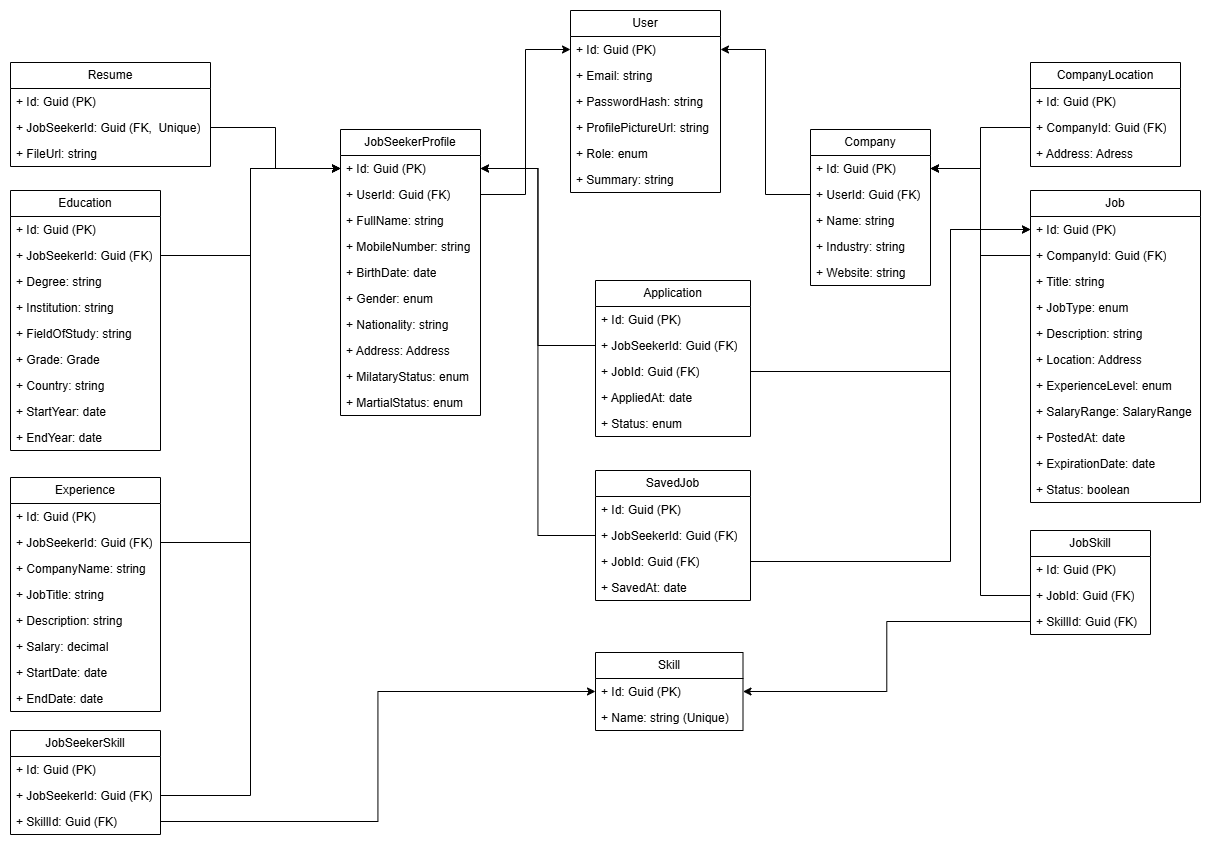
The draw.io diagram documentation/Schema.png in Yusfgus/JobLink-API, before a commit. Source tidied: cells renumbered, new cells last; positions are measured from the earlier drawing's top-left corner, leaving out a move shared by most shapes.
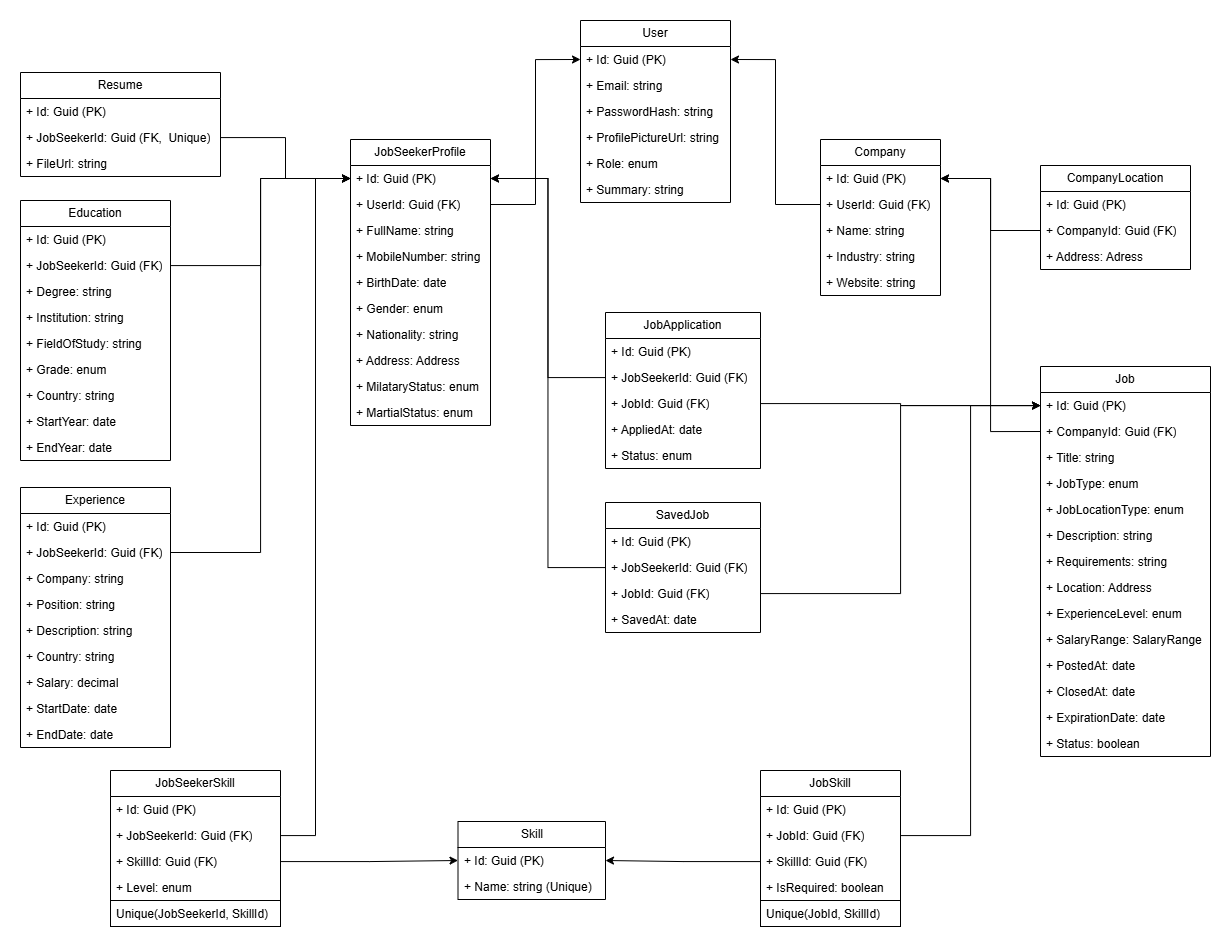
After the change.

Diff of the diagram source:
```diff
@@ -89,7 +89,7 @@
     <mxCell id="30" value="+ FieldOfStudy: string" style="text;strokeColor=none;fillColor=none;align=left;verticalAlign=top;spacingLeft=4;spacingRight=4;overflow=hidden;whiteSpace=wrap;html=1;" parent="25" vertex="1">
       <mxGeometry y="130" width="150" height="26" as="geometry" />
     </mxCell>
-    <mxCell id="31" value="+ Grade: Grade" style="text;strokeColor=none;fillColor=none;align=left;verticalAlign=top;spacingLeft=4;spacingRight=4;overflow=hidden;whiteSpace=wrap;html=1;" parent="25" vertex="1">
+    <mxCell id="31" value="+ Grade: enum" style="text;strokeColor=none;fillColor=none;align=left;verticalAlign=top;spacingLeft=4;spacingRight=4;overflow=hidden;whiteSpace=wrap;html=1;" parent="25" vertex="1">
       <mxGeometry y="156" width="150" height="26" as="geometry" />
     </mxCell>
     <mxCell id="32" value="+ Country: string" style="text;strokeColor=none;fillColor=none;align=left;verticalAlign=top;spacingLeft=4;spacingRight=4;overflow=hidden;whiteSpace=wrap;html=1;" parent="25" vertex="1">
@@ -102,7 +102,7 @@
       <mxGeometry y="234" width="150" height="26" as="geometry" />
     </mxCell>
     <mxCell id="35" value="Experience" style="swimlane;fontStyle=0;horizontal=1;startSize=26;fillColor=none;whiteSpace=wrap;html=1;" parent="1" vertex="1">
-      <mxGeometry y="467" width="150" height="234" as="geometry" />
+      <mxGeometry y="467" width="150" height="260" as="geometry" />
     </mxCell>
     <mxCell id="36" value="+ Id: Guid (PK)" style="text;strokeColor=none;fillColor=none;align=left;verticalAlign=top;spacingLeft=4;spacingRight=4;overflow=hidden;whiteSpace=wrap;html=1;" parent="35" vertex="1">
       <mxGeometry y="26" width="150" height="26" as="geometry" />
@@ -110,23 +110,26 @@
     <mxCell id="37" value="+ JobSeekerId: Guid (FK)" style="text;strokeColor=none;fillColor=none;align=left;verticalAlign=top;spacingLeft=4;spacingRight=4;overflow=hidden;points=[[0,0.5],[1,0.5]];portConstraint=eastwest;whiteSpace=wrap;html=1;" parent="35" vertex="1">
       <mxGeometry y="52" width="150" height="26" as="geometry" />
     </mxCell>
-    <mxCell id="38" value="+ CompanyName: string" style="text;strokeColor=none;fillColor=none;align=left;verticalAlign=top;spacingLeft=4;spacingRight=4;overflow=hidden;whiteSpace=wrap;html=1;" parent="35" vertex="1">
+    <mxCell id="38" value="+ Company: string" style="text;strokeColor=none;fillColor=none;align=left;verticalAlign=top;spacingLeft=4;spacingRight=4;overflow=hidden;whiteSpace=wrap;html=1;" parent="35" vertex="1">
       <mxGeometry y="78" width="150" height="26" as="geometry" />
     </mxCell>
-    <mxCell id="39" value="+ JobTitle: string" style="text;strokeColor=none;fillColor=none;align=left;verticalAlign=top;spacingLeft=4;spacingRight=4;overflow=hidden;whiteSpace=wrap;html=1;" parent="35" vertex="1">
+    <mxCell id="39" value="+ Position: string" style="text;strokeColor=none;fillColor=none;align=left;verticalAlign=top;spacingLeft=4;spacingRight=4;overflow=hidden;whiteSpace=wrap;html=1;" parent="35" vertex="1">
       <mxGeometry y="104" width="150" height="26" as="geometry" />
     </mxCell>
     <mxCell id="40" value="+ Description: string" style="text;strokeColor=none;fillColor=none;align=left;verticalAlign=top;spacingLeft=4;spacingRight=4;overflow=hidden;whiteSpace=wrap;html=1;" parent="35" vertex="1">
       <mxGeometry y="130" width="150" height="26" as="geometry" />
     </mxCell>
+    <mxCell id="102" value="+ Country: string" style="text;strokeColor=none;fillColor=none;align=left;verticalAlign=top;spacingLeft=4;spacingRight=4;overflow=hidden;whiteSpace=wrap;html=1;" parent="35" vertex="1">
+      <mxGeometry y="156" width="150" height="26" as="geometry" />
+    </mxCell>
     <mxCell id="41" value="+ Salary: decimal" style="text;strokeColor=none;fillColor=none;align=left;verticalAlign=top;spacingLeft=4;spacingRight=4;overflow=hidden;whiteSpace=wrap;html=1;" parent="35" vertex="1">
-      <mxGeometry y="156" width="150" height="26" as="geometry" />
+      <mxGeometry y="182" width="150" height="26" as="geometry" />
     </mxCell>
     <mxCell id="42" value="+ StartDate: date" style="text;strokeColor=none;fillColor=none;align=left;verticalAlign=top;spacingLeft=4;spacingRight=4;overflow=hidden;whiteSpace=wrap;html=1;" parent="35" vertex="1">
-      <mxGeometry y="182" width="150" height="26" as="geometry" />
+      <mxGeometry y="208" width="150" height="26" as="geometry" />
     </mxCell>
     <mxCell id="43" value="+ EndDate: date" style="text;strokeColor=none;fillColor=none;align=left;verticalAlign=top;spacingLeft=4;spacingRight=4;overflow=hidden;whiteSpace=wrap;html=1;" parent="35" vertex="1">
-      <mxGeometry y="208" width="150" height="26" as="geometry" />
+      <mxGeometry y="234" width="150" height="26" as="geometry" />
     </mxCell>
     <mxCell id="44" value="Company" style="swimlane;fontStyle=0;horizontal=1;startSize=26;fillColor=none;whiteSpace=wrap;html=1;" parent="1" vertex="1">
       <mxGeometry x="800" y="119" width="120" height="156" as="geometry" />
@@ -150,7 +153,7 @@
       <mxGeometry relative="1" as="geometry" />
     </mxCell>
     <mxCell id="51" value="CompanyLocation" style="swimlane;fontStyle=0;horizontal=1;startSize=26;fillColor=none;whiteSpace=wrap;html=1;" parent="1" vertex="1">
-      <mxGeometry x="1020" y="52" width="150" height="104" as="geometry" />
+      <mxGeometry x="1020" y="145" width="150" height="104" as="geometry" />
     </mxCell>
     <mxCell id="52" value="+ Id: Guid (PK)" style="text;strokeColor=none;fillColor=none;align=left;verticalAlign=top;spacingLeft=4;spacingRight=4;overflow=hidden;whiteSpace=wrap;html=1;" parent="51" vertex="1">
       <mxGeometry y="26" width="150" height="26" as="geometry" />
@@ -165,7 +168,7 @@
       <mxGeometry relative="1" as="geometry" />
     </mxCell>
     <mxCell id="56" value="Job" style="swimlane;fontStyle=0;horizontal=1;startSize=26;fillColor=none;whiteSpace=wrap;html=1;" parent="1" vertex="1">
-      <mxGeometry x="1020" y="180" width="170" height="312" as="geometry" />
+      <mxGeometry x="1020" y="346" width="170" height="390" as="geometry" />
     </mxCell>
     <mxCell id="57" value="+ Id: Guid (PK)" style="text;strokeColor=none;fillColor=none;align=left;verticalAlign=top;spacingLeft=4;spacingRight=4;overflow=hidden;points=[[0,0.5],[1,0.5]];portConstraint=eastwest;whiteSpace=wrap;html=1;" parent="56" vertex="1">
       <mxGeometry y="26" width="170" height="26" as="geometry" />
@@ -179,32 +182,41 @@
     <mxCell id="60" value="+ JobType: enum" style="text;strokeColor=none;fillColor=none;align=left;verticalAlign=top;spacingLeft=4;spacingRight=4;overflow=hidden;whiteSpace=wrap;html=1;" parent="56" vertex="1">
       <mxGeometry y="104" width="170" height="26" as="geometry" />
     </mxCell>
+    <mxCell id="103" value="+ JobLocationType: enum" style="text;strokeColor=none;fillColor=none;align=left;verticalAlign=top;spacingLeft=4;spacingRight=4;overflow=hidden;whiteSpace=wrap;html=1;" parent="56" vertex="1">
+      <mxGeometry y="130" width="170" height="26" as="geometry" />
+    </mxCell>
     <mxCell id="61" value="+ Description: string" style="text;strokeColor=none;fillColor=none;align=left;verticalAlign=top;spacingLeft=4;spacingRight=4;overflow=hidden;whiteSpace=wrap;html=1;" parent="56" vertex="1">
-      <mxGeometry y="130" width="170" height="26" as="geometry" />
+      <mxGeometry y="156" width="170" height="26" as="geometry" />
     </mxCell>
+    <mxCell id="104" value="+ Requirements: string" style="text;strokeColor=none;fillColor=none;align=left;verticalAlign=top;spacingLeft=4;spacingRight=4;overflow=hidden;whiteSpace=wrap;html=1;" parent="56" vertex="1">
+      <mxGeometry y="182" width="170" height="26" as="geometry" />
+    </mxCell>
     <mxCell id="62" value="+ Location: Address" style="text;strokeColor=none;fillColor=none;align=left;verticalAlign=top;spacingLeft=4;spacingRight=4;overflow=hidden;whiteSpace=wrap;html=1;" parent="56" vertex="1">
-      <mxGeometry y="156" width="170" height="26" as="geometry" />
+      <mxGeometry y="208" width="170" height="26" as="geometry" />
     </mxCell>
     <mxCell id="63" value="+ ExperienceLevel: enum" style="text;strokeColor=none;fillColor=none;align=left;verticalAlign=top;spacingLeft=4;spacingRight=4;overflow=hidden;whiteSpace=wrap;html=1;" parent="56" vertex="1">
-      <mxGeometry y="182" width="170" height="26" as="geometry" />
+      <mxGeometry y="234" width="170" height="26" as="geometry" />
     </mxCell>
     <mxCell id="64" value="+ SalaryRange: SalaryRange" style="text;strokeColor=none;fillColor=none;align=left;verticalAlign=top;spacingLeft=4;spacingRight=4;overflow=hidden;whiteSpace=wrap;html=1;" parent="56" vertex="1">
-      <mxGeometry y="208" width="170" height="26" as="geometry" />
+      <mxGeometry y="260" width="170" height="26" as="geometry" />
     </mxCell>
     <mxCell id="65" value="+ PostedAt: date" style="text;strokeColor=none;fillColor=none;align=left;verticalAlign=top;spacingLeft=4;spacingRight=4;overflow=hidden;whiteSpace=wrap;html=1;" parent="56" vertex="1">
-      <mxGeometry y="234" width="170" height="26" as="geometry" />
+      <mxGeometry y="286" width="170" height="26" as="geometry" />
     </mxCell>
+    <mxCell id="105" value="+ ClosedAt: date" style="text;strokeColor=none;fillColor=none;align=left;verticalAlign=top;spacingLeft=4;spacingRight=4;overflow=hidden;whiteSpace=wrap;html=1;" parent="56" vertex="1">
+      <mxGeometry y="312" width="170" height="26" as="geometry" />
+    </mxCell>
     <mxCell id="66" value="+ ExpirationDate: date" style="text;strokeColor=none;fillColor=none;align=left;verticalAlign=top;spacingLeft=4;spacingRight=4;overflow=hidden;whiteSpace=wrap;html=1;" parent="56" vertex="1">
-      <mxGeometry y="260" width="170" height="26" as="geometry" />
+      <mxGeometry y="338" width="170" height="26" as="geometry" />
     </mxCell>
     <mxCell id="67" value="+ Status: boolean" style="text;strokeColor=none;fillColor=none;align=left;verticalAlign=top;spacingLeft=4;spacingRight=4;overflow=hidden;whiteSpace=wrap;html=1;" parent="56" vertex="1">
-      <mxGeometry y="286" width="170" height="26" as="geometry" />
+      <mxGeometry y="364" width="170" height="26" as="geometry" />
     </mxCell>
     <mxCell id="68" style="edgeStyle=orthogonalEdgeStyle;rounded=0;jettySize=auto;html=1;exitX=0;exitY=0.5;exitDx=0;exitDy=0;entryX=1;entryY=0.5;entryDx=0;entryDy=0;" parent="1" edge="1" source="58" target="45">
       <mxGeometry relative="1" as="geometry" />
     </mxCell>
     <mxCell id="69" value="Skill" style="swimlane;fontStyle=0;horizontal=1;startSize=26;fillColor=none;whiteSpace=wrap;html=1;" parent="1" vertex="1">
-      <mxGeometry x="585" y="642" width="147.5" height="78" as="geometry" />
+      <mxGeometry x="437.5" y="801" width="147.5" height="78" as="geometry" />
     </mxCell>
     <mxCell id="70" value="+ Id: Guid (PK)" style="text;strokeColor=none;fillColor=none;align=left;verticalAlign=top;spacingLeft=4;spacingRight=4;overflow=hidden;points=[[0,0.5],[1,0.5]];portConstraint=eastwest;whiteSpace=wrap;html=1;" parent="69" vertex="1">
       <mxGeometry y="26" width="147.5" height="26" as="geometry" />
@@ -213,32 +225,41 @@
       <mxGeometry y="52" width="147.5" height="26" as="geometry" />
     </mxCell>
     <mxCell id="72" value="JobSeekerSkill" style="swimlane;fontStyle=0;horizontal=1;startSize=26;fillColor=none;whiteSpace=wrap;html=1;" parent="1" vertex="1">
-      <mxGeometry y="720" width="150" height="104" as="geometry" />
+      <mxGeometry x="90" y="750" width="170" height="156" as="geometry" />
     </mxCell>
     <mxCell id="73" value="+ Id: Guid (PK)" style="text;strokeColor=none;fillColor=none;align=left;verticalAlign=top;spacingLeft=4;spacingRight=4;overflow=hidden;whiteSpace=wrap;html=1;" parent="72" vertex="1">
-      <mxGeometry y="26" width="150" height="26" as="geometry" />
+      <mxGeometry y="26" width="170" height="26" as="geometry" />
     </mxCell>
     <mxCell id="74" value="+ JobSeekerId: Guid (FK)" style="text;strokeColor=none;fillColor=none;align=left;verticalAlign=top;spacingLeft=4;spacingRight=4;overflow=hidden;points=[[0,0.5],[1,0.5]];portConstraint=eastwest;whiteSpace=wrap;html=1;" parent="72" vertex="1">
-      <mxGeometry y="52" width="150" height="26" as="geometry" />
+      <mxGeometry y="52" width="170" height="26" as="geometry" />
     </mxCell>
     <mxCell id="75" value="+ SkillId: Guid (FK)" style="text;strokeColor=none;fillColor=none;align=left;verticalAlign=top;spacingLeft=4;spacingRight=4;overflow=hidden;points=[[0,0.5],[1,0.5]];portConstraint=eastwest;whiteSpace=wrap;html=1;" parent="72" vertex="1">
-      <mxGeometry y="78" width="150" height="26" as="geometry" />
+      <mxGeometry y="78" width="170" height="26" as="geometry" />
     </mxCell>
+    <mxCell id="106" value="+ Level: enum" style="text;strokeColor=none;fillColor=none;align=left;verticalAlign=top;spacingLeft=4;spacingRight=4;overflow=hidden;whiteSpace=wrap;html=1;" parent="72" vertex="1">
+      <mxGeometry y="104" width="170" height="26" as="geometry" />
+    </mxCell>
+    <mxCell id="107" value="Unique(JobSeekerId, SkillId)" style="text;strokeColor=default;fillColor=none;align=left;verticalAlign=top;spacingLeft=4;spacingRight=4;overflow=hidden;whiteSpace=wrap;html=1;" parent="72" vertex="1">
+      <mxGeometry y="130" width="170" height="26" as="geometry" />
+    </mxCell>
     <mxCell id="76" value="JobSkill" style="swimlane;fontStyle=0;horizontal=1;startSize=26;fillColor=none;whiteSpace=wrap;html=1;" parent="1" vertex="1">
-      <mxGeometry x="1020" y="520" width="120" height="104" as="geometry" />
+      <mxGeometry x="740" y="750" width="140" height="156" as="geometry" />
     </mxCell>
     <mxCell id="77" value="+ Id: Guid (PK)" style="text;strokeColor=none;fillColor=none;align=left;verticalAlign=top;spacingLeft=4;spacingRight=4;overflow=hidden;whiteSpace=wrap;html=1;" parent="76" vertex="1">
-      <mxGeometry y="26" width="120" height="26" as="geometry" />
+      <mxGeometry y="26" width="140" height="26" as="geometry" />
     </mxCell>
     <mxCell id="78" value="+ JobId: Guid (FK)" style="text;strokeColor=none;fillColor=none;align=left;verticalAlign=top;spacingLeft=4;spacingRight=4;overflow=hidden;points=[[0,0.5],[1,0.5]];portConstraint=eastwest;whiteSpace=wrap;html=1;" parent="76" vertex="1">
-      <mxGeometry y="52" width="120" height="26" as="geometry" />
+      <mxGeometry y="52" width="140" height="26" as="geometry" />
     </mxCell>
     <mxCell id="79" value="+ SkillId: Guid (FK)" style="text;strokeColor=none;fillColor=none;align=left;verticalAlign=top;spacingLeft=4;spacingRight=4;overflow=hidden;points=[[0,0.5],[1,0.5]];portConstraint=eastwest;whiteSpace=wrap;html=1;" parent="76" vertex="1">
-      <mxGeometry y="78" width="120" height="26" as="geometry" />
+      <mxGeometry y="78" width="140" height="26" as="geometry" />
     </mxCell>
-    <mxCell id="80" style="edgeStyle=orthogonalEdgeStyle;rounded=0;jettySize=auto;html=1;exitX=0;exitY=0.5;exitDx=0;exitDy=0;" parent="1" edge="1" source="78" target="45">
-      <mxGeometry relative="1" as="geometry" />
-    </mxCell>
+    <mxCell id="108" value="+ IsRequired: boolean" style="text;strokeColor=none;fillColor=none;align=left;verticalAlign=top;spacingLeft=4;spacingRight=4;overflow=hidden;whiteSpace=wrap;html=1;" parent="76" vertex="1">
+      <mxGeometry y="104" width="140" height="26" as="geometry" />
+    </mxCell>
+    <mxCell id="109" value="Unique(JobId, SkillId)" style="text;strokeColor=default;fillColor=none;align=left;verticalAlign=top;spacingLeft=4;spacingRight=4;overflow=hidden;whiteSpace=wrap;html=1;" parent="76" vertex="1">
+      <mxGeometry y="130" width="140" height="26" as="geometry" />
+    </mxCell>
     <mxCell id="81" style="edgeStyle=orthogonalEdgeStyle;rounded=0;jettySize=auto;html=1;" parent="1" edge="1" source="22" target="10">
       <mxGeometry relative="1" as="geometry" />
     </mxCell>
@@ -254,11 +275,8 @@
     <mxCell id="85" style="edgeStyle=orthogonalEdgeStyle;rounded=0;jettySize=auto;html=1;" parent="1" edge="1" source="79" target="70">
       <mxGeometry relative="1" as="geometry" />
     </mxCell>
-    <mxCell id="86" style="edgeStyle=orthogonalEdgeStyle;rounded=0;jettySize=auto;html=1;" parent="1" edge="1" source="75" target="70">
-      <mxGeometry relative="1" as="geometry" />
-    </mxCell>
-    <mxCell id="87" value="Application" style="swimlane;fontStyle=0;horizontal=1;startSize=26;fillColor=none;whiteSpace=wrap;html=1;" parent="1" vertex="1">
-      <mxGeometry x="585" y="270" width="155" height="156" as="geometry" />
+    <mxCell id="87" value="JobApplication" style="swimlane;fontStyle=0;horizontal=1;startSize=26;fillColor=none;whiteSpace=wrap;html=1;" parent="1" vertex="1">
+      <mxGeometry x="585" y="292" width="155" height="156" as="geometry" />
     </mxCell>
     <mxCell id="88" value="+ Id: Guid (PK)" style="text;strokeColor=none;fillColor=none;align=left;verticalAlign=top;spacingLeft=4;spacingRight=4;overflow=hidden;whiteSpace=wrap;html=1;" parent="87" vertex="1">
       <mxGeometry y="26" width="155" height="26" as="geometry" />
@@ -279,7 +297,7 @@
       <mxGeometry relative="1" as="geometry" />
     </mxCell>
     <mxCell id="94" value="SavedJob" style="swimlane;fontStyle=0;horizontal=1;startSize=26;fillColor=none;whiteSpace=wrap;html=1;" parent="1" vertex="1">
-      <mxGeometry x="585" y="460" width="155" height="130" as="geometry" />
+      <mxGeometry x="585" y="482" width="155" height="130" as="geometry" />
     </mxCell>
     <mxCell id="95" value="+ Id: Guid (PK)" style="text;strokeColor=none;fillColor=none;align=left;verticalAlign=top;spacingLeft=4;spacingRight=4;overflow=hidden;whiteSpace=wrap;html=1;" parent="94" vertex="1">
       <mxGeometry y="26" width="155" height="26" as="geometry" />
@@ -296,21 +314,17 @@
     <mxCell id="99" style="edgeStyle=orthogonalEdgeStyle;rounded=0;jettySize=auto;html=1;" parent="1" edge="1" source="96" target="10">
       <mxGeometry relative="1" as="geometry" />
     </mxCell>
+    <mxCell id="86" style="edgeStyle=orthogonalEdgeStyle;rounded=0;jettySize=auto;html=1;" parent="1" edge="1" source="75" target="70">
+      <mxGeometry relative="1" as="geometry" />
+    </mxCell>
+    <mxCell id="101" style="edgeStyle=orthogonalEdgeStyle;rounded=0;jettySize=auto;html=1;" parent="1" edge="1" source="90" target="57">
+      <mxGeometry relative="1" as="geometry" />
+    </mxCell>
     <mxCell id="100" style="edgeStyle=orthogonalEdgeStyle;rounded=0;jettySize=auto;html=1;" parent="1" edge="1" source="97" target="57">
-      <mxGeometry relative="1" as="geometry">
-        <Array as="points">
-          <mxPoint x="940" y="551" />
-          <mxPoint x="940" y="219" />
-        </Array>
-      </mxGeometry>
+      <mxGeometry relative="1" as="geometry" />
     </mxCell>
-    <mxCell id="101" style="edgeStyle=orthogonalEdgeStyle;rounded=0;jettySize=auto;html=1;" parent="1" edge="1" source="90" target="57">
-      <mxGeometry relative="1" as="geometry">
-        <Array as="points">
-          <mxPoint x="940" y="361" />
-          <mxPoint x="940" y="219" />
-        </Array>
-      </mxGeometry>
-    </mxCell>
+    <mxCell id="110" style="edgeStyle=orthogonalEdgeStyle;rounded=0;jettySize=auto;html=1;" parent="1" edge="1" source="78" target="57">
+      <mxGeometry relative="1" as="geometry" />
+    </mxCell>
   </root>
 </mxGraphModel>
```
